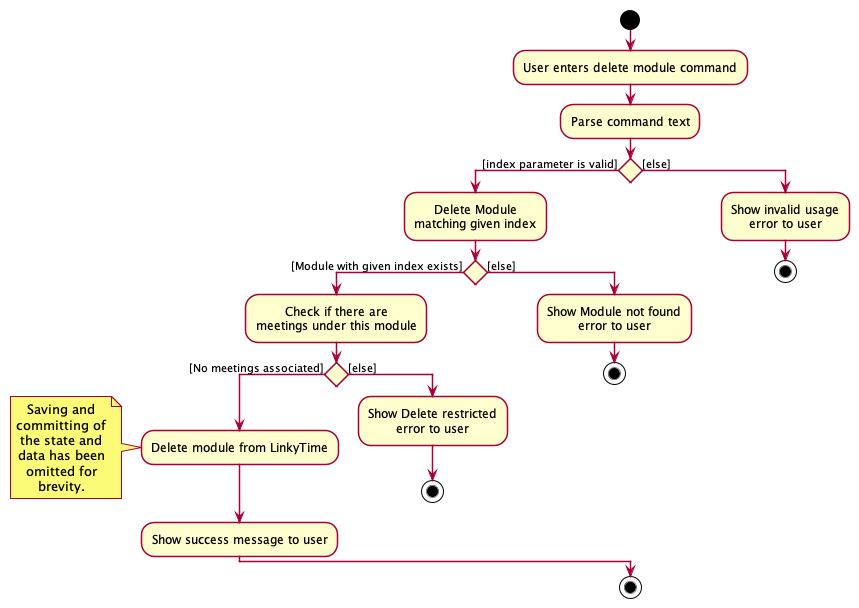
Before: docs/images/DeleteModuleActivityDiagram.png, a diagram exported from PlantUML (zfs-old-crap/linkytime).
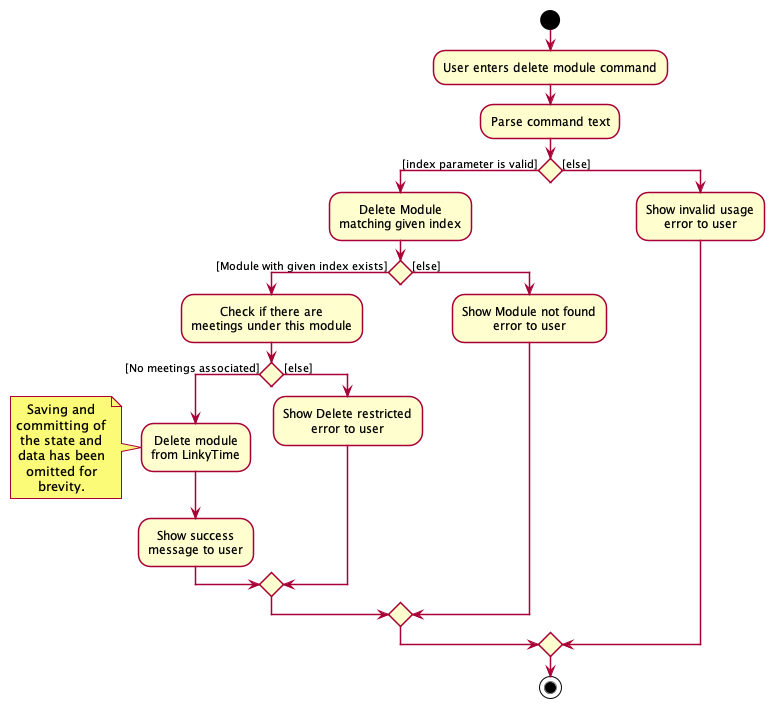
The same file after the commit.

Commit message:
Fix activity diagrams and add force delete section

The edit, as a diff of the source:
```diff
@@ -10,7 +10,8 @@
 :Check if there are
 meetings under this module;
 if () then ([No meetings associated])
-:Delete module from LinkyTime;
+:Delete module
+from LinkyTime;
 note left
 Saving and
 committing of
@@ -19,23 +20,19 @@
 omitted for
 brevity.
 end note
-:Show success message to user;
+:Show success
+message to user;
 else ([else])
 :Show Delete restricted
 error to user;
-stop
 endif
 else ([else])
 :Show Module not found
 error to user;
-stop
 endif
 else ([else])
 :Show invalid usage
 error to user;
-stop
 endif
-
-
 stop
 @enduml
```
